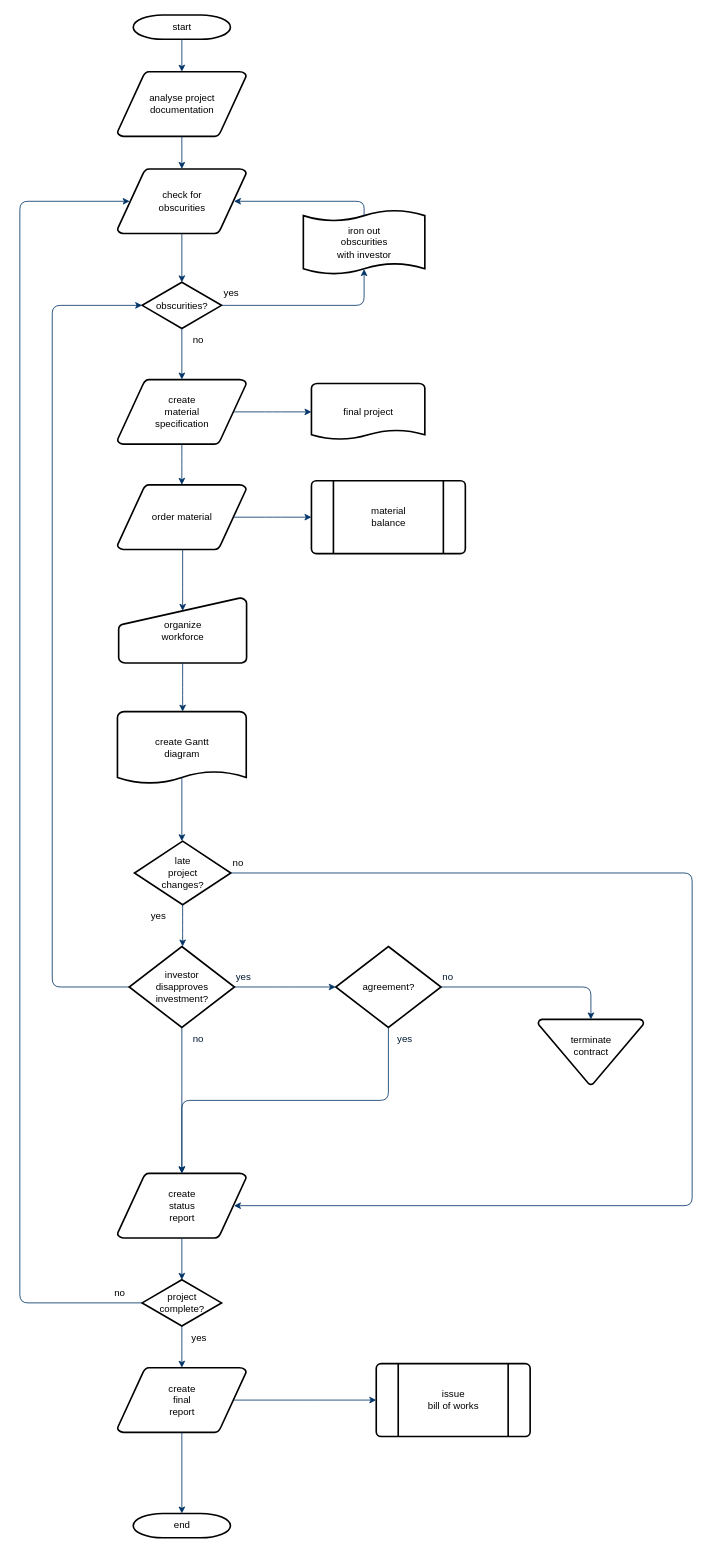
The draw.io diagram 未命名绘图.drawio in ZzzTaiTai/-, before the edit. Source tidied: cells renumbered, new cells numbered last; positions are measured from the earlier drawing's top-left corner, leaving out a move shared by most shapes. Both pictures are drawn from the tidied source at 81%, with x=0, y=0 at pixel (19, 15).
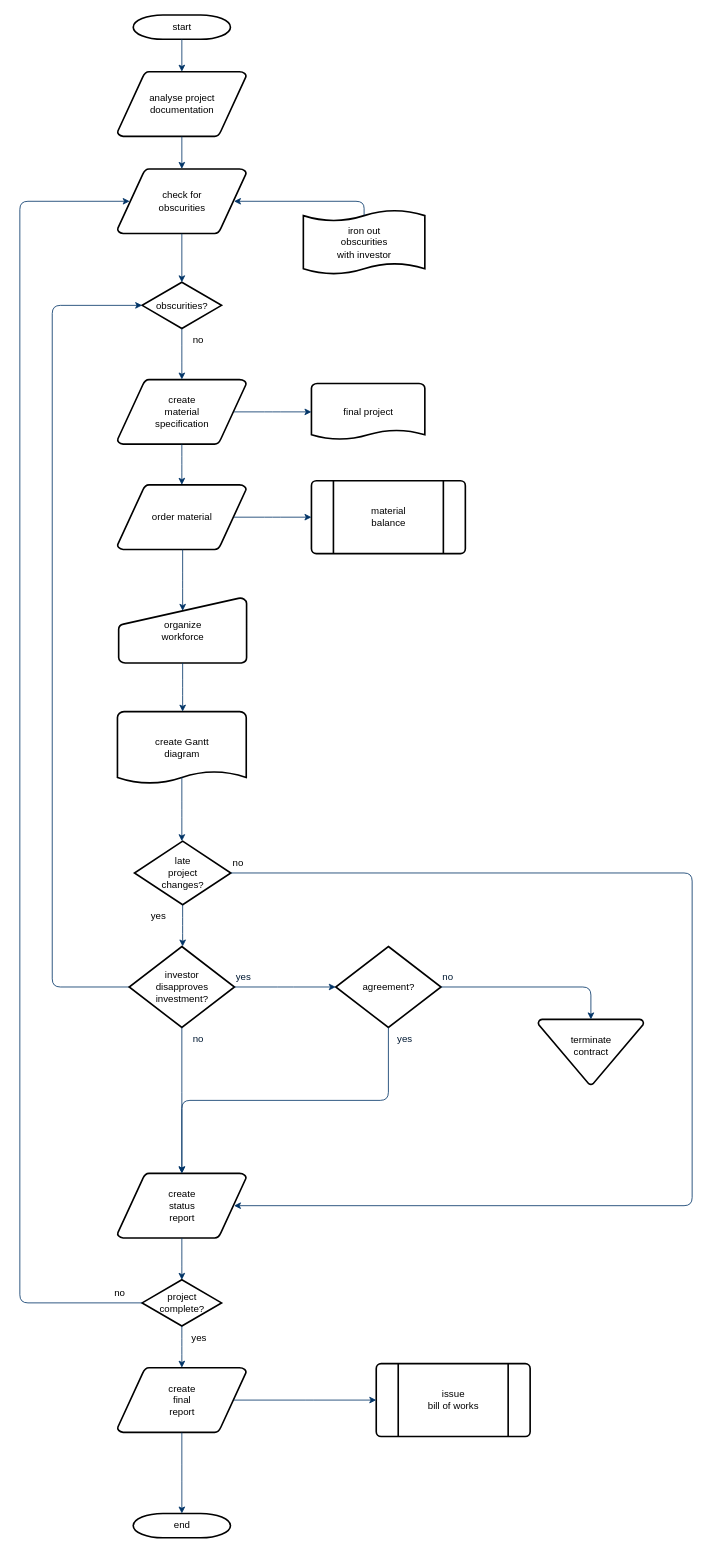
The same page after the edit.

Unchanged cells that the change refers to:
```xml
<mxCell id="6" value="obscurities?" style="shape=mxgraph.flowchart.decision;strokeWidth=2;gradientColor=none;gradientDirection=north;fontStyle=0;html=1;" parent="1" vertex="1">
  <mxGeometry x="151" y="330" width="98" height="57" as="geometry" />
</mxCell>
<mxCell id="51" value="iron out&#10;obscurities &#10;with investor" style="shape=mxgraph.flowchart.paper_tape;strokeWidth=2;gradientColor=none;gradientDirection=north;fontStyle=0;html=1;" parent="1" vertex="1">
  <mxGeometry x="350" y="240" width="150" height="81" as="geometry" />
</mxCell>
```

Diff of the diagram source:
```diff
@@
-    <mxCell id="10" style="edgeStyle=elbowEdgeStyle;elbow=horizontal;entryX=0.5;entryY=0.91;entryPerimeter=0;exitX=1;exitY=0.5;exitPerimeter=0;fontStyle=1;strokeColor=#003366;strokeWidth=1;html=1;" parent="1" edge="1" source="6" target="51">
-      <mxGeometry x="381" y="28.5" as="geometry">
-        <Array as="points">
-          <mxPoint x="425" y="340" />
-        </Array>
-      </mxGeometry>
-    </mxCell>
-    <mxCell id="11" value="yes" style="text;fontStyle=0;html=1;strokeColor=none;gradientColor=none;fillColor=none;strokeWidth=2;" parent="1" vertex="1">
-      <mxGeometry x="250" y="330" width="40" height="26" as="geometry" />
-    </mxCell>
```
